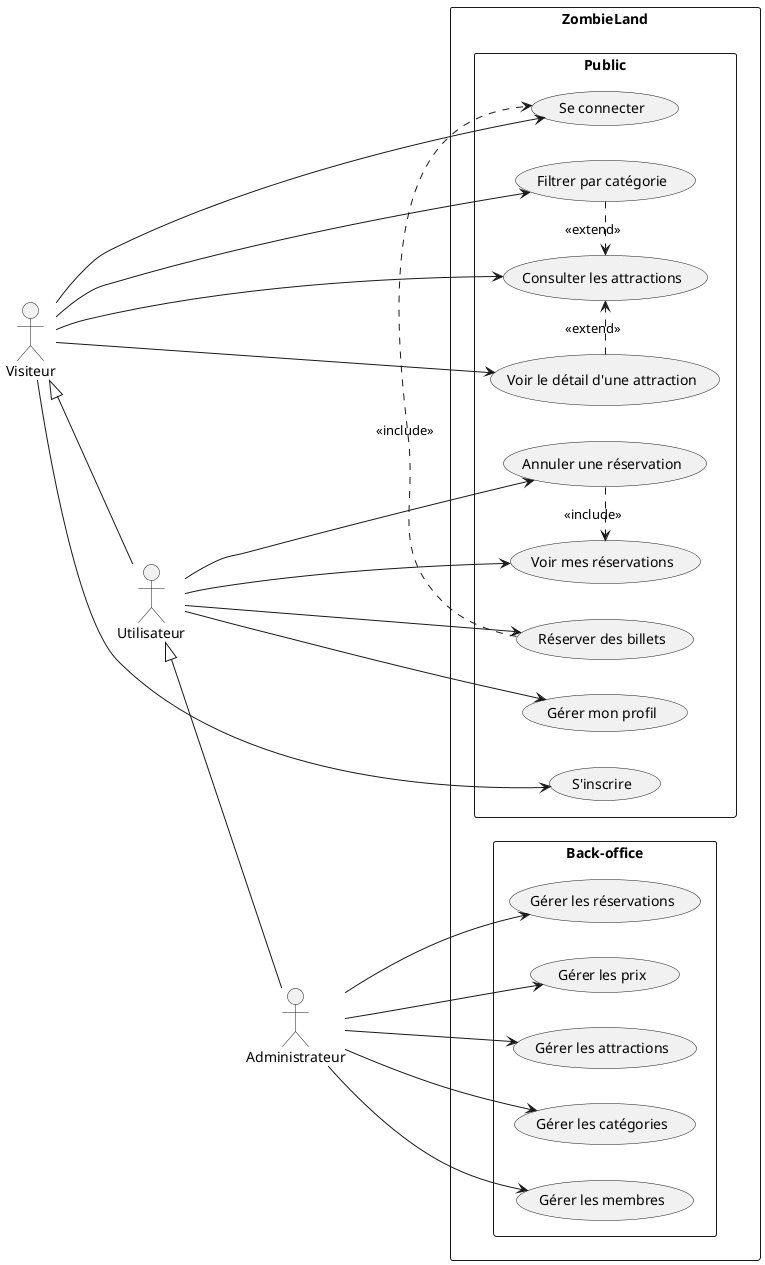
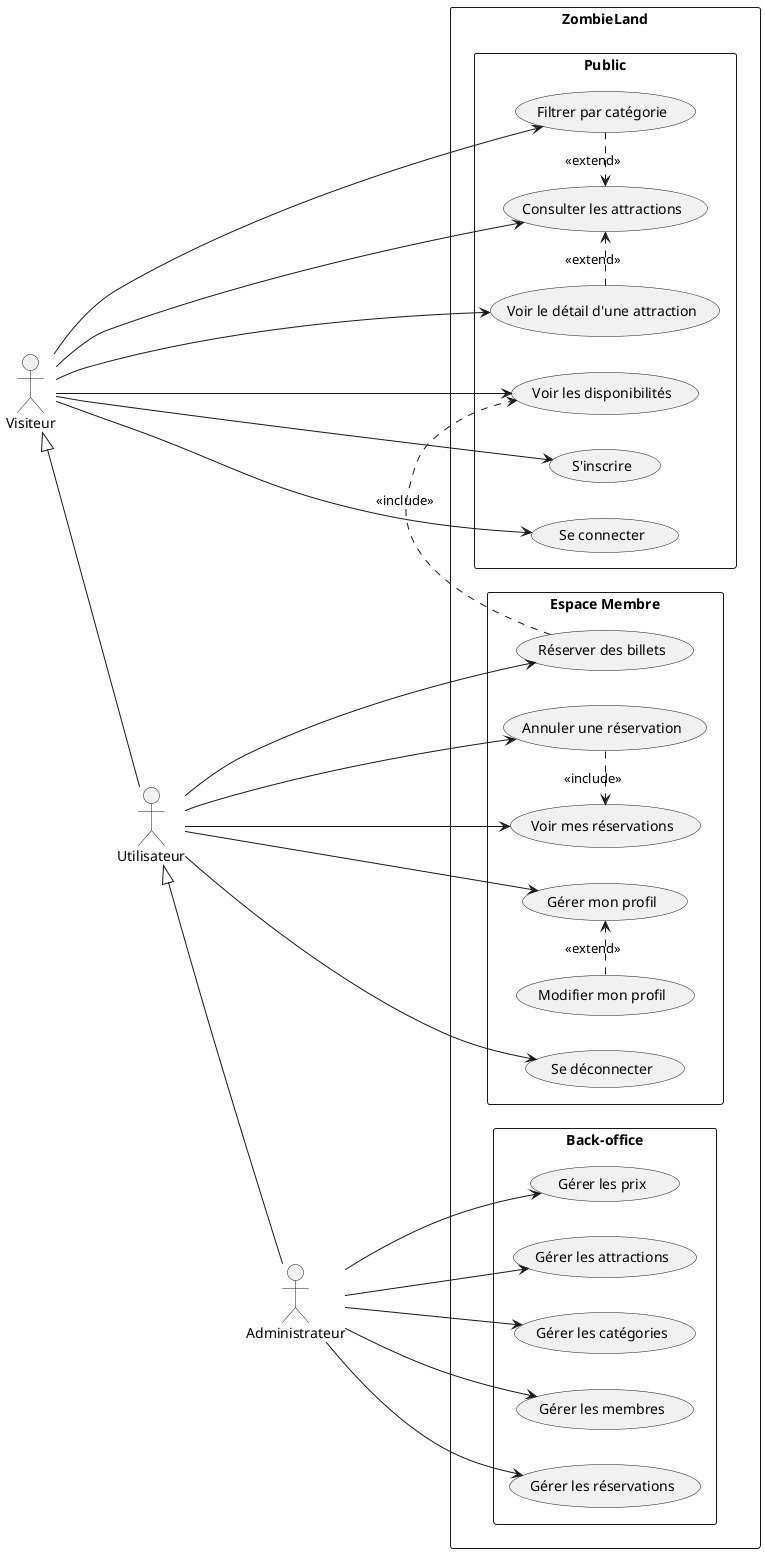
@startuml use_cases_zombieland

left to right direction

actor "Visiteur" as visitor
actor "Utilisateur" as user
actor "Administrateur" as admin

visitor <|-- user
user <|-- admin



rectangle ZombieLand {
rectangle "Back-office"{
  usecase "Gérer les attractions" as UC10
  usecase "Gérer les catégories" as UC11
  usecase "Gérer les membres" as UC12
  usecase "Gérer les réservations" as UC13
  usecase "Gérer les prix" as UC14
}

rectangle "Public"{
  usecase "Consulter les attractions" as UC1
  usecase "Filtrer par catégorie" as UC2
  usecase "Voir le détail d'une attraction" as UC3
+   usecase "Voir les disponibilités" as UC15
  usecase "S'inscrire" as UC4
  usecase "Se connecter" as UC5
+ }
+ 
+ rectangle "Espace Membre"{
  usecase "Réserver des billets" as UC6
  usecase "Voir mes réservations" as UC7
  usecase "Annuler une réservation" as UC8
  usecase "Gérer mon profil" as UC9
+   usecase "Modifier mon profil" as UC9a
+   usecase "Se déconnecter" as UC9b
}

}

visitor --> UC1
visitor --> UC2
visitor --> UC3
+ visitor --> UC15
visitor --> UC4
visitor --> UC5


user --> UC6
user --> UC7
user --> UC8
user --> UC9


admin --> UC10
admin --> UC11
admin --> UC12
admin --> UC13
admin --> UC14

- UC8 .> UC7 : <<include>>
- UC6 .> UC5 : <<include>>
UC2 .> UC1 : <<extend>>
UC3 .> UC1 : <<extend>>
+ UC6 .> UC15 : <<include>>
+ UC8 .> UC7 : <<include>>
+ UC9a .> UC9 : <<extend>>
+ user --> UC9b




@enduml